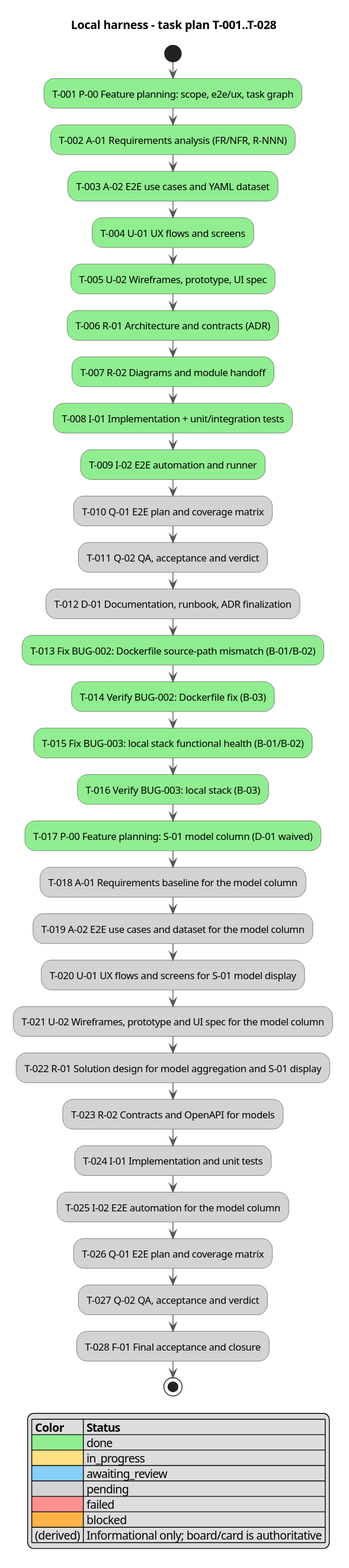
Earlier version of the PlantUML export docs/activity.svg (serge-sasov/ai-task-tracker).
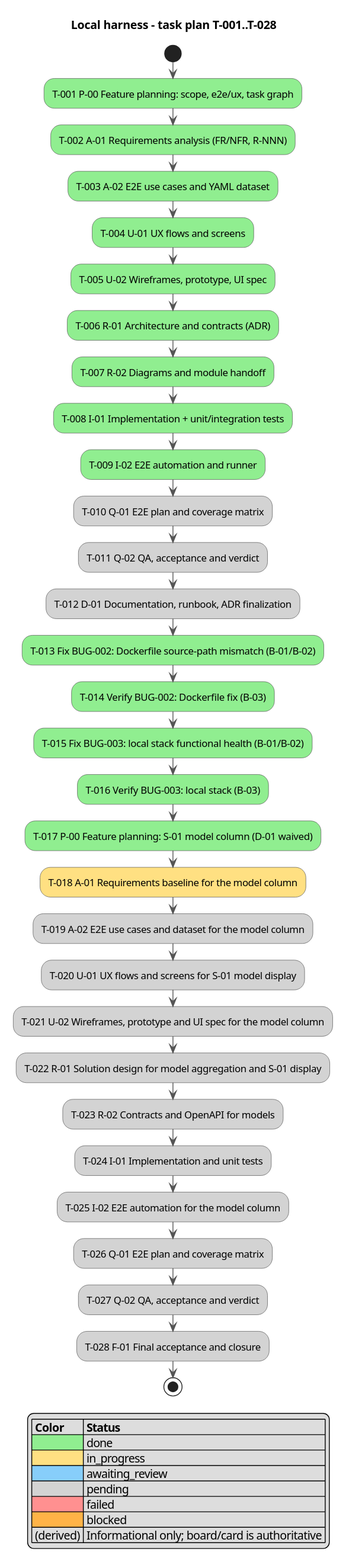
Above is the later version.

The edit, as a diff of the source:
```diff
@@ -23,7 +23,7 @@
 :T-015 Fix BUG-003: local stack functional health (B-01/B-02); <<#90EE90>>
 :T-016 Verify BUG-003: local stack (B-03); <<#90EE90>>
 :T-017 P-00 Feature planning: S-01 model column (D-01 waived); <<#90EE90>>
-:T-018 A-01 Requirements baseline for the model column; <<#D3D3D3>>
+:T-018 A-01 Requirements baseline for the model column; <<#FFE082>>
 :T-019 A-02 E2E use cases and dataset for the model column; <<#D3D3D3>>
 :T-020 U-01 UX flows and screens for S-01 model display; <<#D3D3D3>>
 :T-021 U-02 Wireframes, prototype and UI spec for the model column; <<#D3D3D3>>
```
